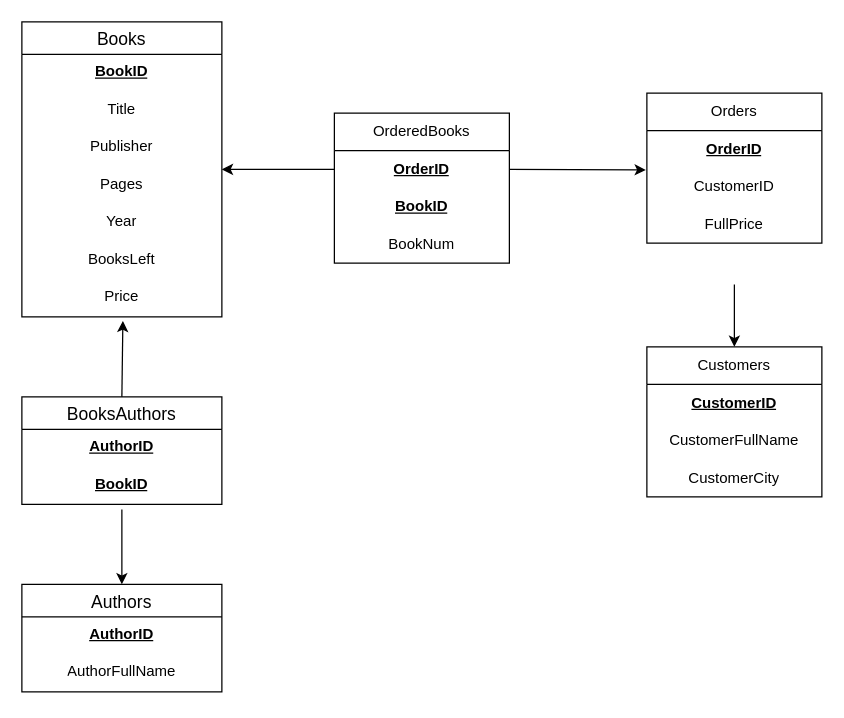
This is ERDiagram-TableSchema/ERDiagram-BookStore.drawio from ey1az/assignment2_dbs, a draw.io file, before an edit. Source tidied: cells renumbered, new cells numbered last; positions are measured from the earlier drawing's top-left corner, leaving out a move shared by most shapes. Both pictures are drawn from the tidied source at 125%, with x=0, y=0 at pixel (21, 21).
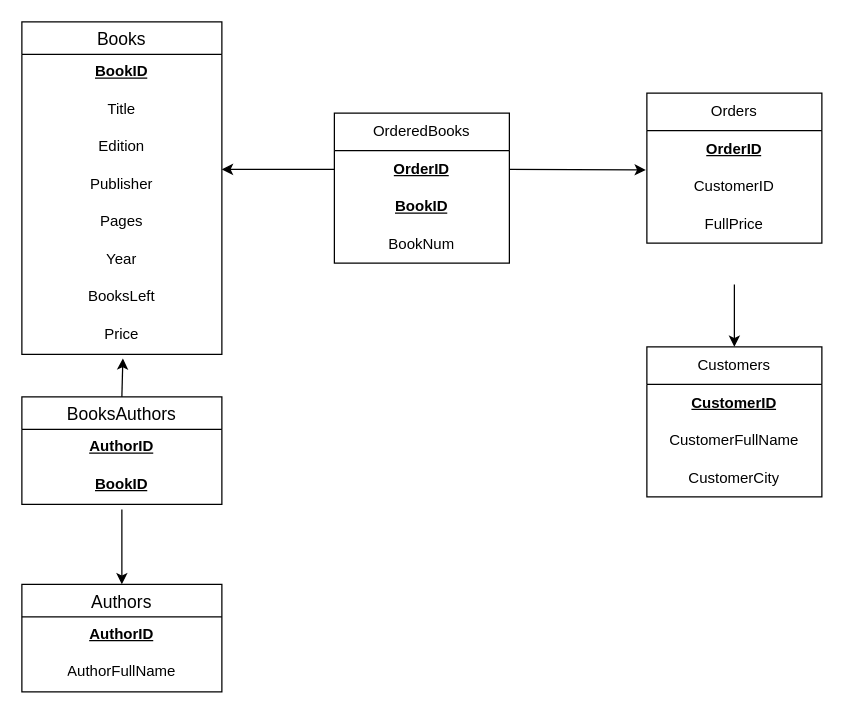
The same page after the edit.

Diff of the diagram source:
```diff
@@
     <mxCell id="2" value="Books" style="swimlane;fontStyle=0;horizontal=1;startSize=26;align=center;fontSize=14;strokeWidth=1;" parent="1" vertex="1">
-      <mxGeometry width="160" height="236" as="geometry" />
+      <mxGeometry width="160" height="266" as="geometry" />
     </mxCell>
@@
+    <mxCell id="33" value="Edition" style="text;strokeColor=none;fillColor=none;spacingLeft=4;spacingRight=4;overflow=hidden;fontSize=12;whiteSpace=wrap;html=1;align=center;" parent="2" vertex="1">
+      <mxGeometry y="86" width="160" height="30" as="geometry" />
+    </mxCell>
     <mxCell id="5" value="Publisher" style="text;strokeColor=none;fillColor=none;spacingLeft=4;spacingRight=4;overflow=hidden;fontSize=12;whiteSpace=wrap;html=1;align=center;" parent="2" vertex="1">
-      <mxGeometry y="86" width="160" height="30" as="geometry" />
+      <mxGeometry y="116" width="160" height="30" as="geometry" />
     </mxCell>
     <mxCell id="6" value="Pages" style="text;strokeColor=none;fillColor=none;spacingLeft=4;spacingRight=4;overflow=hidden;fontSize=12;whiteSpace=wrap;html=1;align=center;" parent="2" vertex="1">
-      <mxGeometry y="116" width="160" height="30" as="geometry" />
+      <mxGeometry y="146" width="160" height="30" as="geometry" />
     </mxCell>
     <mxCell id="7" value="Year" style="text;strokeColor=none;fillColor=none;spacingLeft=4;spacingRight=4;overflow=hidden;fontSize=12;whiteSpace=wrap;html=1;align=center;" parent="2" vertex="1">
-      <mxGeometry y="146" width="160" height="30" as="geometry" />
+      <mxGeometry y="176" width="160" height="30" as="geometry" />
     </mxCell>
     <mxCell id="8" value="BooksLeft" style="text;strokeColor=none;fillColor=none;spacingLeft=4;spacingRight=4;overflow=hidden;fontSize=12;whiteSpace=wrap;html=1;align=center;" parent="2" vertex="1">
-      <mxGeometry y="176" width="160" height="30" as="geometry" />
+      <mxGeometry y="206" width="160" height="30" as="geometry" />
     </mxCell>
     <mxCell id="9" value="Price" style="text;strokeColor=none;fillColor=none;spacingLeft=4;spacingRight=4;overflow=hidden;points=[[0,0.5],[1,0.5]];portConstraint=eastwest;fontSize=12;whiteSpace=wrap;html=1;align=center;" parent="2" vertex="1">
-      <mxGeometry y="206" width="160" height="30" as="geometry" />
+      <mxGeometry y="236" width="160" height="30" as="geometry" />
     </mxCell>
```
